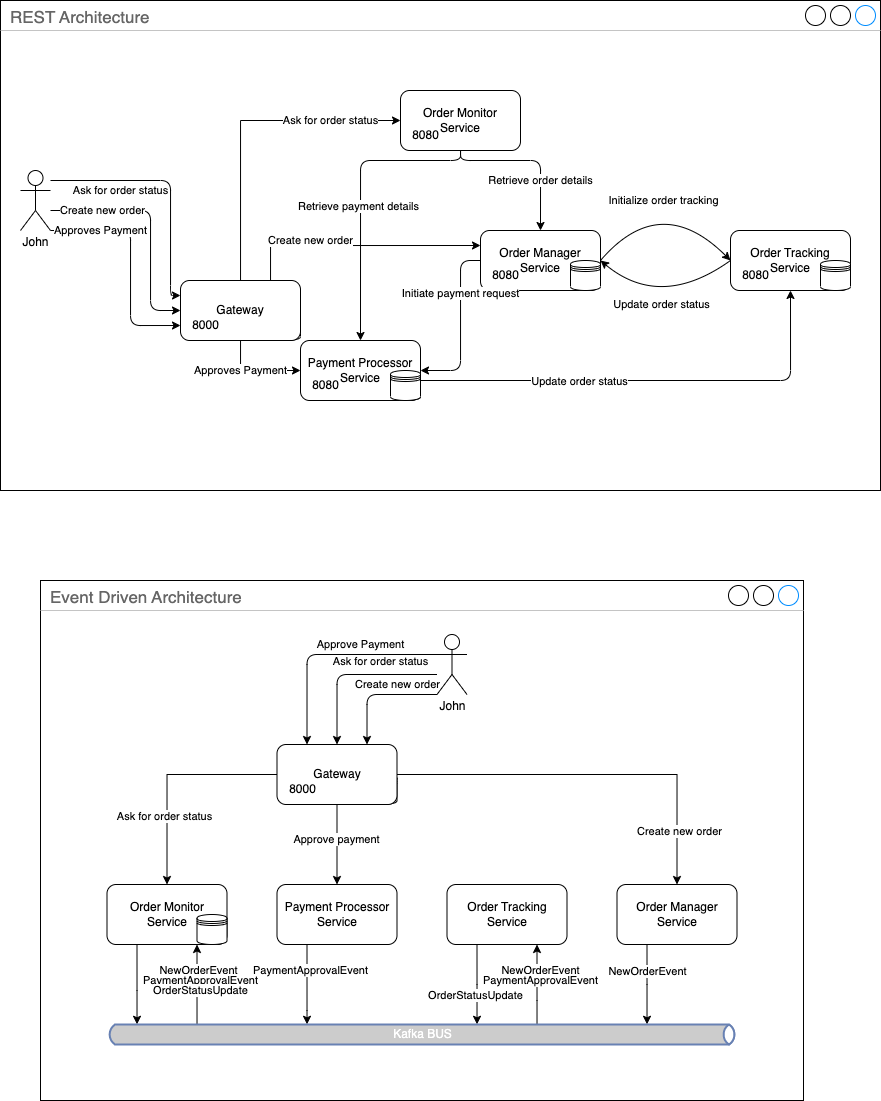
The draw.io diagram docs/system-overview.drawio.png in madalingiurca/kafka-microservices-system-performance, before a commit. Source tidied: cells renumbered, new cells last; positions are measured from the earlier drawing's top-left corner, leaving out a move shared by most shapes.
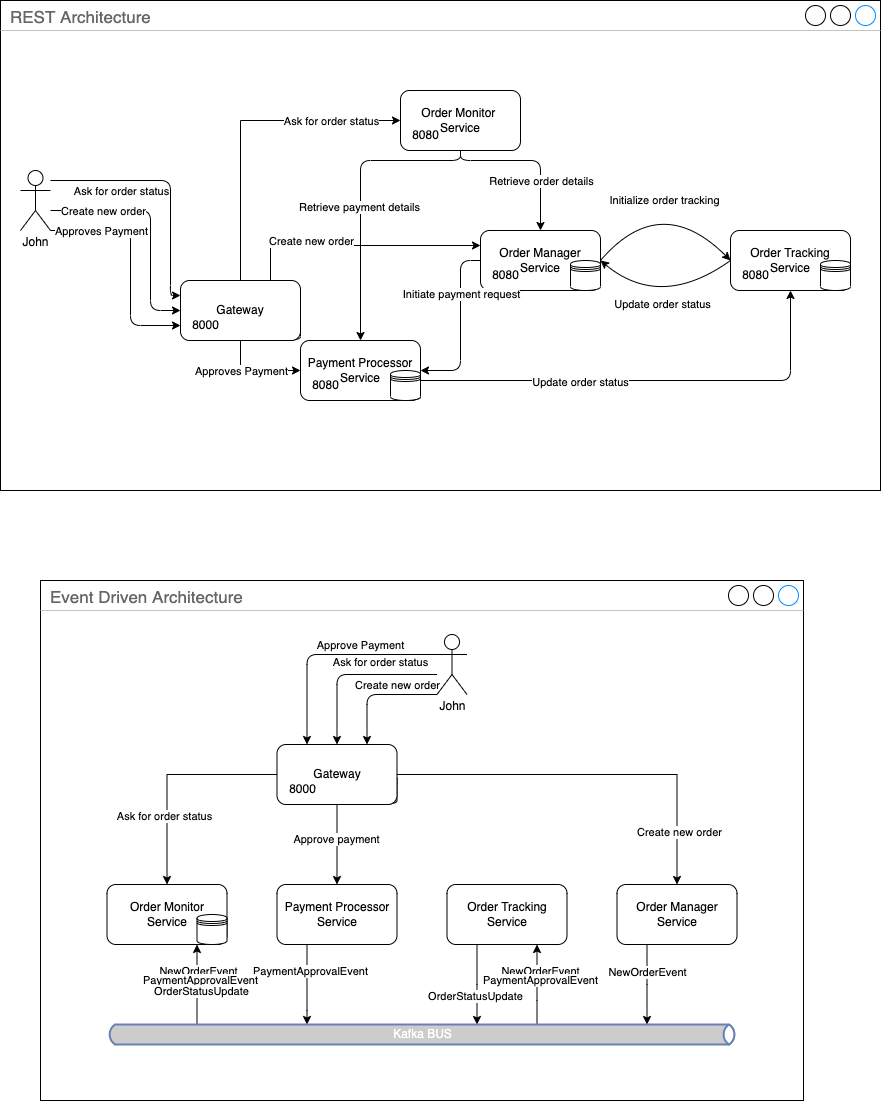
The same diagram one commit later.

Commit message:
remove unused publisher from the diagram

What changed in the source:
```diff
@@ -218,14 +218,6 @@
     <mxCell id="52" value="Event Driven Architecture" style="strokeWidth=1;shadow=0;dashed=0;align=center;html=1;shape=mxgraph.mockup.containers.window;align=left;verticalAlign=top;spacingLeft=8;strokeColor2=#008cff;strokeColor3=#c4c4c4;fontColor=#666666;mainText=;fontSize=17;labelBackgroundColor=none;whiteSpace=wrap;" parent="51" vertex="1">
       <mxGeometry width="763" height="520" as="geometry" />
     </mxCell>
-    <mxCell id="53" style="edgeStyle=orthogonalEdgeStyle;rounded=0;jettySize=auto;html=1;exitX=0.25;exitY=1;exitDx=0;exitDy=0;" parent="51" edge="1" source="54" target="85">
-      <mxGeometry relative="1" as="geometry">
-        <Array as="points">
-          <mxPoint x="97" y="410" />
-          <mxPoint x="97" y="410" />
-        </Array>
-      </mxGeometry>
-    </mxCell>
     <mxCell id="54" value="Order Monitor&lt;br&gt;Service" style="rounded=1;whiteSpace=wrap;html=1;flipH=1;flipV=1;" parent="51" vertex="1">
       <mxGeometry x="66.5" y="304" width="120" height="60" as="geometry" />
     </mxCell>
```
